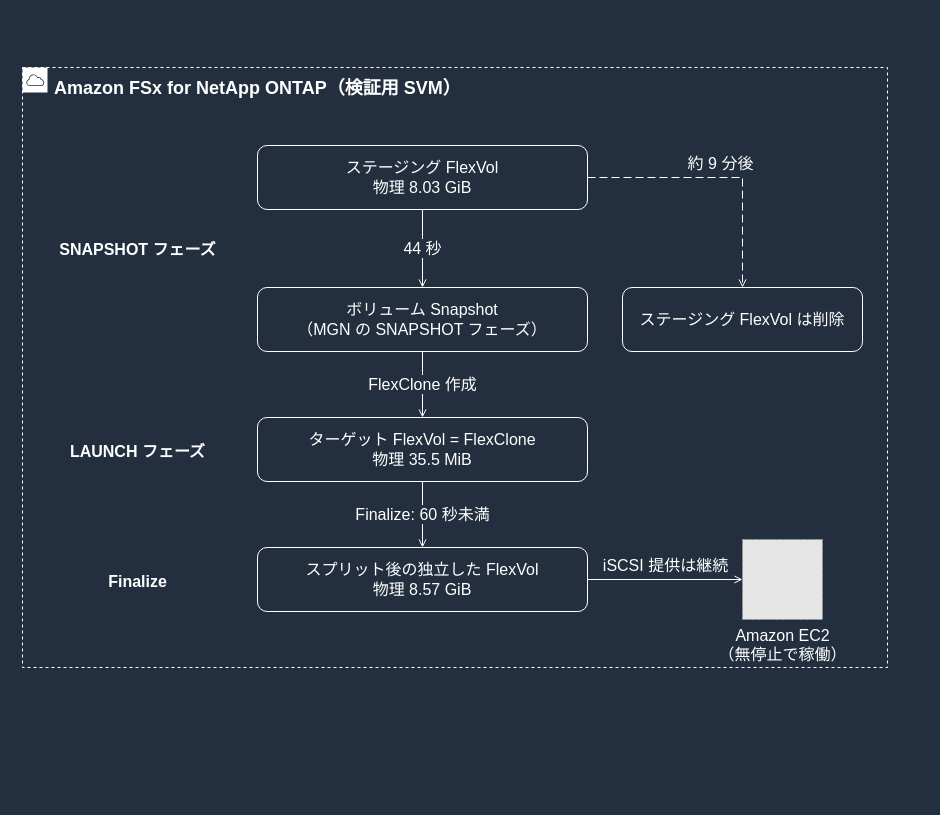
Before: docs/_assets/diagrams/atx-fsxn-finalize-flexclone-dark.drawio in Yoshiki0705/vmware-migration-ec2-ontap, a draw.io diagram. Source tidied: cells renumbered, new cells numbered last; positions are measured from the earlier drawing's top-left corner, leaving out a move shared by most shapes. Both pictures are drawn from the tidied source at 100%, with x=0, y=0 at pixel (22, 67). Pictures stored in the file or linked from it are replaced by grey dashed boxes.
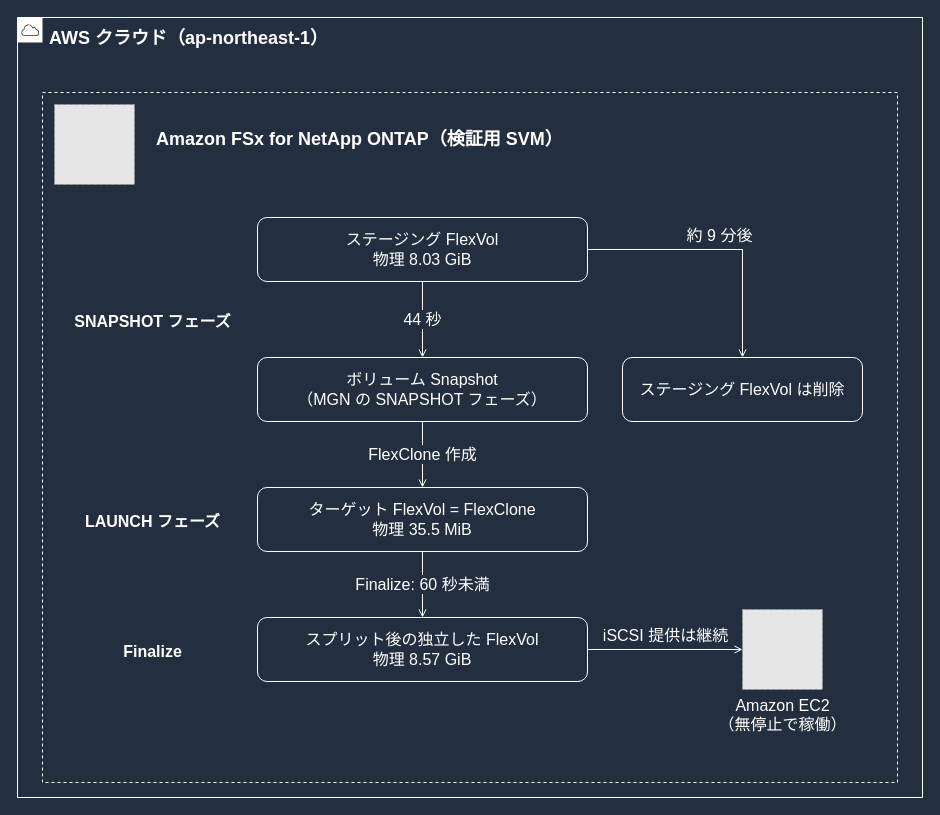
The same page after the edit.

The edit, as a diff of the source:
```diff
@@
+    <mxCell id="17" value="AWS クラウド（ap-northeast-1）" style="gradientColor=none;html=1;whiteSpace=wrap;fontSize=18;fontStyle=1;fontColor=#FFFFFF;shape=mxgraph.aws4.group;grIcon=mxgraph.aws4.group_aws_cloud;strokeColor=#FFFFFF;fillColor=none;verticalAlign=top;align=left;spacingLeft=30;spacingTop=4;dashed=0;" parent="1" vertex="1">
+      <mxGeometry x="-5" y="-50" width="905" height="780" as="geometry" />
+    </mxCell>
-    <mxCell id="2" value="Amazon FSx for NetApp ONTAP（検証用 SVM）" style="gradientColor=none;html=1;whiteSpace=wrap;fontSize=18;fontStyle=1;fontColor=#FFFFFF;shape=mxgraph.aws4.group;grIcon=mxgraph.aws4.group_aws_cloud;strokeColor=#FFFFFF;fillColor=none;verticalAlign=top;align=left;spacingLeft=30;spacingTop=4;dashed=1;" parent="1" vertex="1">
-      <mxGeometry width="865" height="600" as="geometry" />
+    <mxCell id="2" value="Amazon FSx for NetApp ONTAP（検証用 SVM）" style="gradientColor=none;html=1;whiteSpace=wrap;fontSize=18;fontStyle=1;fontColor=#FFFFFF;shape=mxgraph.aws4.group;strokeColor=#FFFFFF;fillColor=none;verticalAlign=top;align=left;spacingLeft=112;spacingTop=30;dashed=1;" parent="1" vertex="1">
+      <mxGeometry x="20" y="25" width="855" height="690" as="geometry" />
     </mxCell>
     <mxCell id="3" value="ステージング FlexVol&#10;物理 8.03 GiB" style="rounded=1;whiteSpace=wrap;html=1;strokeColor=#FFFFFF;fillColor=none;fontColor=#FFFFFF;fontSize=16;verticalAlign=middle;align=center;" parent="1" vertex="1">
-      <mxGeometry x="235" y="78" width="330" height="64" as="geometry" />
+      <mxGeometry x="235" y="150" width="330" height="64" as="geometry" />
     </mxCell>
     <mxCell id="4" value="ボリューム Snapshot&#10;（MGN の SNAPSHOT フェーズ）" style="rounded=1;whiteSpace=wrap;html=1;strokeColor=#FFFFFF;fillColor=none;fontColor=#FFFFFF;fontSize=16;verticalAlign=middle;align=center;" parent="1" vertex="1">
-      <mxGeometry x="235" y="220" width="330" height="64" as="geometry" />
+      <mxGeometry x="235" y="290" width="330" height="64" as="geometry" />
     </mxCell>
     <mxCell id="5" value="ターゲット FlexVol = FlexClone&#10;物理 35.5 MiB" style="rounded=1;whiteSpace=wrap;html=1;strokeColor=#FFFFFF;fillColor=none;fontColor=#FFFFFF;fontSize=16;verticalAlign=middle;align=center;" parent="1" vertex="1">
-      <mxGeometry x="235" y="350" width="330" height="64" as="geometry" />
+      <mxGeometry x="235" y="420" width="330" height="64" as="geometry" />
     </mxCell>
     <mxCell id="6" value="スプリット後の独立した FlexVol&#10;物理 8.57 GiB" style="rounded=1;whiteSpace=wrap;html=1;strokeColor=#FFFFFF;fillColor=none;fontColor=#FFFFFF;fontSize=16;verticalAlign=middle;align=center;" parent="1" vertex="1">
-      <mxGeometry x="235" y="480" width="330" height="64" as="geometry" />
+      <mxGeometry x="235" y="550" width="330" height="64" as="geometry" />
     </mxCell>
     <mxCell id="7" value="ステージング FlexVol は削除" style="rounded=1;whiteSpace=wrap;html=1;strokeColor=#FFFFFF;fillColor=none;fontColor=#FFFFFF;fontSize=16;verticalAlign=middle;align=center;" parent="1" vertex="1">
-      <mxGeometry x="600" y="220" width="240" height="64" as="geometry" />
+      <mxGeometry x="600" y="290" width="240" height="64" as="geometry" />
     </mxCell>
     <mxCell id="8" value="SNAPSHOT フェーズ" style="text;html=1;strokeColor=none;fillColor=none;align=center;verticalAlign=middle;fontSize=16;fontStyle=1;fontColor=#FFFFFF;" parent="1" vertex="1">
-      <mxGeometry x="15" y="158" width="200" height="48" as="geometry" />
+      <mxGeometry x="45" y="230" width="170" height="48" as="geometry" />
     </mxCell>
     <mxCell id="9" value="LAUNCH フェーズ" style="text;html=1;strokeColor=none;fillColor=none;align=center;verticalAlign=middle;fontSize=16;fontStyle=1;fontColor=#FFFFFF;" parent="1" vertex="1">
-      <mxGeometry x="15" y="360" width="200" height="48" as="geometry" />
+      <mxGeometry x="45" y="430" width="170" height="48" as="geometry" />
     </mxCell>
     <mxCell id="10" value="Finalize" style="text;html=1;strokeColor=none;fillColor=none;align=center;verticalAlign=middle;fontSize=16;fontStyle=1;fontColor=#FFFFFF;" parent="1" vertex="1">
-      <mxGeometry x="15" y="490" width="200" height="48" as="geometry" />
+      <mxGeometry x="45" y="560" width="170" height="48" as="geometry" />
     </mxCell>
+    <mxCell id="18" style="fillColor=#E6E6E6;strokeColor=#999999;dashed=1;html=1;verticalLabelPosition=bottom;verticalAlign=top;labelPosition=center;align=center;fontSize=16;fontColor=#FFFFFF;" parent="1" vertex="1">
+      <mxGeometry x="32" y="37" width="80" height="80" as="geometry" />
+    </mxCell>
     <mxCell id="11" value="Amazon EC2&#10;（無停止で稼働）" style="fillColor=#E6E6E6;strokeColor=#999999;dashed=1;html=1;verticalLabelPosition=bottom;verticalAlign=top;labelPosition=center;align=center;fontSize=16;fontColor=#FFFFFF;" parent="1" vertex="1">
-      <mxGeometry x="720" y="472" width="80" height="80" as="geometry" />
+      <mxGeometry x="720" y="542" width="80" height="80" as="geometry" />
     </mxCell>
@@
-    <mxCell id="15" value="約 9 分後" style="edgeStyle=orthogonalEdgeStyle;rounded=0;html=1;endArrow=open;endFill=0;strokeColor=#FFFFFF;strokeWidth=1;fontSize=16;fontColor=#FFFFFF;labelBackgroundColor=#232F3E;exitX=1;exitY=0.5;exitDx=0;exitDy=0;entryX=0.5;entryY=0;entryDx=0;entryDy=0;dashed=1;dashPattern=8 4;" parent="1" edge="1" source="3" target="7">
+    <mxCell id="15" value="約 9 分後" style="edgeStyle=orthogonalEdgeStyle;rounded=0;html=1;endArrow=open;endFill=0;strokeColor=#FFFFFF;strokeWidth=1;fontSize=16;fontColor=#FFFFFF;labelBackgroundColor=#232F3E;exitX=1;exitY=0.5;exitDx=0;exitDy=0;entryX=0.5;entryY=0;entryDx=0;entryDy=0;" parent="1" edge="1" source="3" target="7">
       <mxGeometry relative="1" as="geometry">
         <mxPoint y="-14" as="offset" />
       </mxGeometry>
     </mxCell>
```
